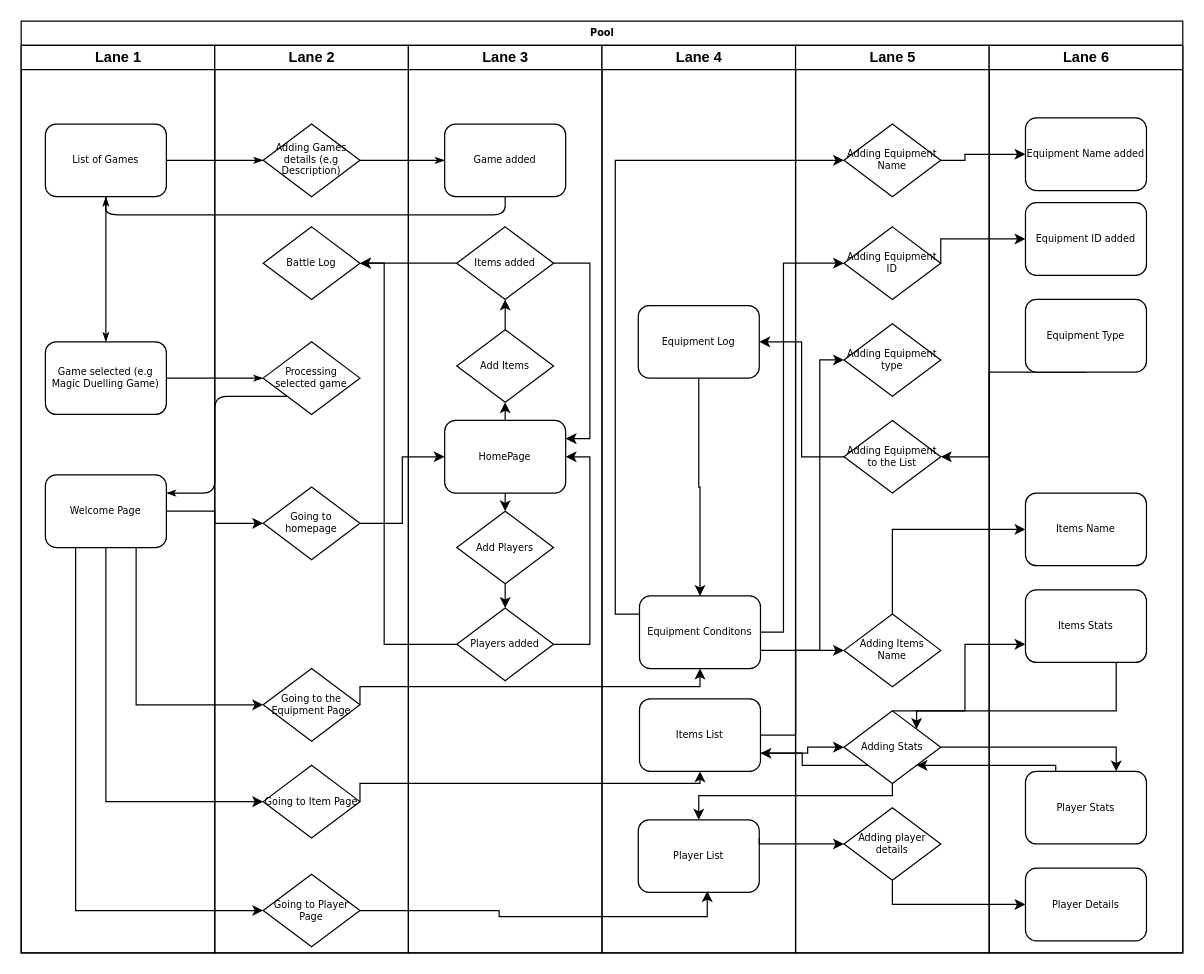
Before: Untitled Diagram.drawio in PJPDQ/Engineering-Workflows, a draw.io diagram. Source tidied: cells renumbered, new cells numbered last; positions are measured from the earlier drawing's top-left corner, leaving out a move shared by most shapes. Both pictures are drawn from the tidied source at 121%, with x=0, y=0 at pixel (21, 21).
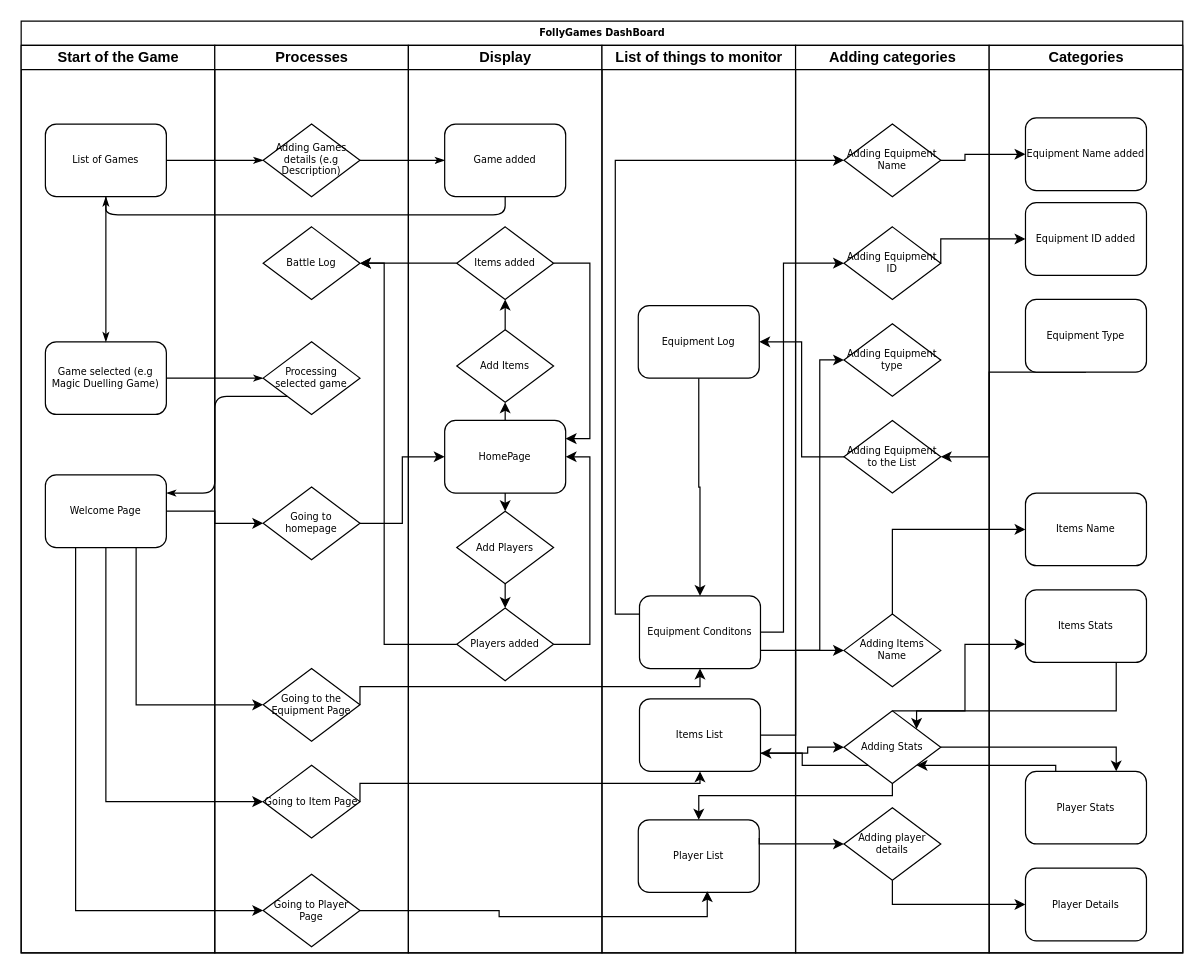
Above is the later version.

The edit, as a diff of the source:
```diff
@@
-    <mxCell id="2" value="Pool" style="swimlane;html=1;startSize=20;rounded=0;shadow=0;labelBackgroundColor=none;strokeColor=#000000;strokeWidth=1;fillColor=#ffffff;fontFamily=Verdana;fontSize=8;fontColor=#000000;align=center;" parent="1" vertex="1">
+    <mxCell id="2" value="FollyGames DashBoard" style="swimlane;html=1;startSize=20;rounded=0;shadow=0;labelBackgroundColor=none;strokeColor=#000000;strokeWidth=1;fillColor=#ffffff;fontFamily=Verdana;fontSize=8;fontColor=#000000;align=center;" parent="1" vertex="1">
       <mxGeometry width="960" height="770" as="geometry" />
     </mxCell>
-    <mxCell id="3" value="Lane 1" style="swimlane;html=1;startSize=20;" parent="2" vertex="1">
+    <mxCell id="3" value="Start of the Game" style="swimlane;html=1;startSize=20;" parent="2" vertex="1">
       <mxGeometry y="20" width="160" height="750" as="geometry" />
     </mxCell>
@@
-    <mxCell id="10" value="Lane 2" style="swimlane;html=1;startSize=20;" parent="2" vertex="1">
+    <mxCell id="10" value="Processes" style="swimlane;html=1;startSize=20;" parent="2" vertex="1">
       <mxGeometry x="160" y="20" width="160" height="750" as="geometry" />
     </mxCell>
@@
-    <mxCell id="14" value="Lane 3" style="swimlane;html=1;startSize=20;" parent="2" vertex="1">
+    <mxCell id="14" value="Display" style="swimlane;html=1;startSize=20;" parent="2" vertex="1">
       <mxGeometry x="320" y="20" width="160" height="750" as="geometry" />
     </mxCell>
@@
-    <mxCell id="28" value="Lane 4" style="swimlane;html=1;startSize=20;" parent="2" vertex="1">
+    <mxCell id="28" value="List of things to monitor" style="swimlane;html=1;startSize=20;" parent="2" vertex="1">
       <mxGeometry x="480" y="20" width="160" height="750" as="geometry" />
     </mxCell>
@@
-    <mxCell id="38" value="Lane 5" style="swimlane;html=1;startSize=20;" parent="2" vertex="1">
+    <mxCell id="38" value="Adding categories" style="swimlane;html=1;startSize=20;" parent="2" vertex="1">
       <mxGeometry x="640" y="20" width="160" height="750" as="geometry" />
     </mxCell>
@@
-    <mxCell id="72" value="Lane 6" style="swimlane;html=1;startSize=20;" parent="1" vertex="1">
+    <mxCell id="72" value="Categories" style="swimlane;html=1;startSize=20;" parent="1" vertex="1">
       <mxGeometry x="800" y="20" width="160" height="750" as="geometry" />
     </mxCell>
```
